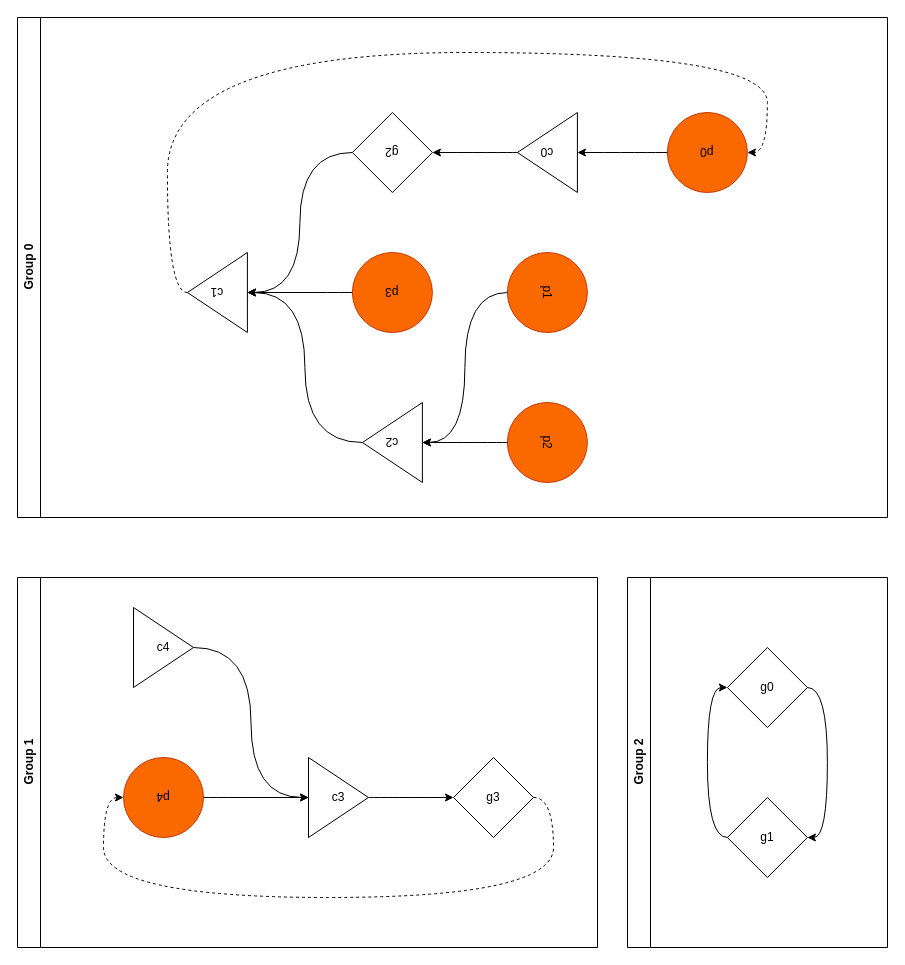
This is page "Step 2 (case 0)" (3 of 8) of plutus-test-graph.drawio.xml from Congyuwang/plutus-core, a draw.io file, before an edit. Source tidied: cells renumbered, new cells numbered last; positions are measured from the earlier drawing's top-left corner, leaving out a move shared by most shapes. Both pictures are drawn from the tidied source at 100%, with x=0, y=0 at pixel (17, 17).
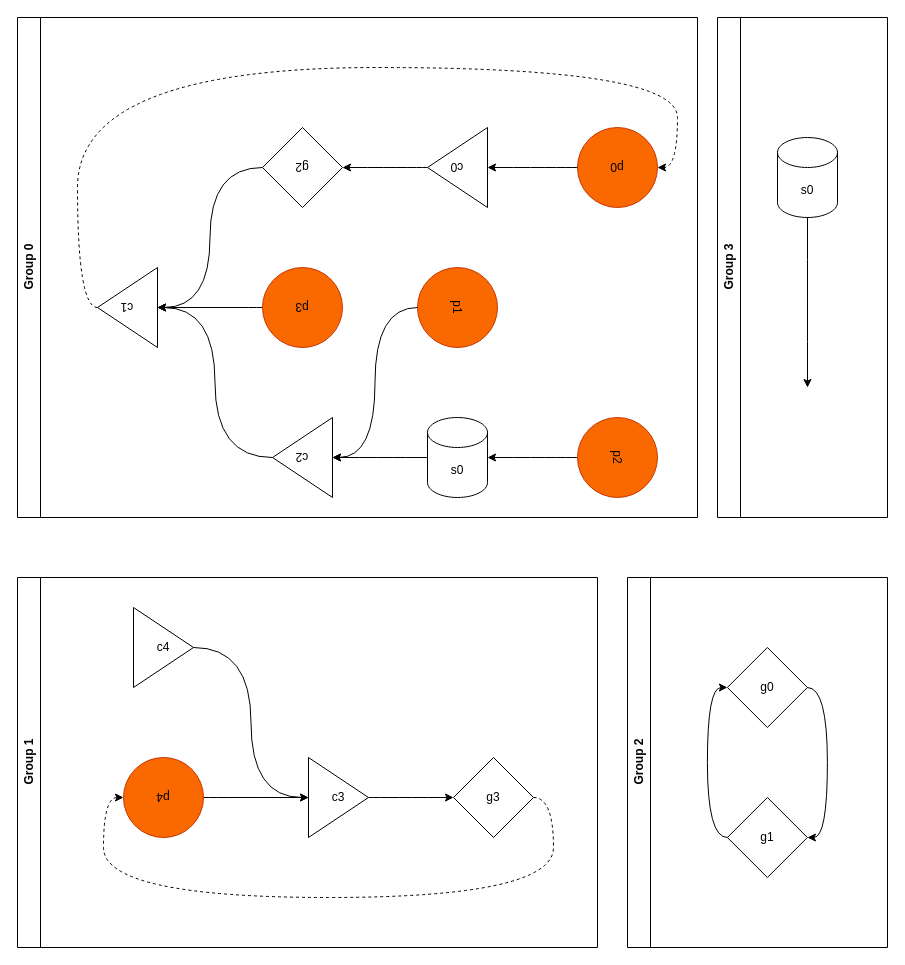
After the change.

The edit, as a diff of the source:
```diff
@@
     <mxCell id="10" value="Group 0" style="swimlane;horizontal=0;whiteSpace=wrap;html=1;" parent="1" vertex="1">
-      <mxGeometry width="870" height="500" as="geometry" />
+      <mxGeometry width="680" height="500" as="geometry" />
     </mxCell>
     <mxCell id="11" value="p0" style="ellipse;whiteSpace=wrap;html=1;rotation=-180;fillColor=#fa6800;fontColor=#000000;strokeColor=#C73500;" parent="10" vertex="1">
-      <mxGeometry x="649.9" y="95" width="80" height="80" as="geometry" />
+      <mxGeometry x="560" y="110" width="80" height="80" as="geometry" />
     </mxCell>
     <mxCell id="12" value="c0" style="triangle;whiteSpace=wrap;html=1;rotation=-180;" parent="10" vertex="1">
-      <mxGeometry x="499.9" y="95" width="60" height="80" as="geometry" />
+      <mxGeometry x="410" y="110" width="60" height="80" as="geometry" />
     </mxCell>
@@
     <mxCell id="14" style="edgeStyle=orthogonalEdgeStyle;curved=1;rounded=0;jettySize=auto;html=1;exitX=1;exitY=0.5;exitDx=0;exitDy=0;entryX=0;entryY=0.5;entryDx=0;entryDy=0;dashed=1;" parent="10" edge="1" source="15" target="11">
       <mxGeometry relative="1" as="geometry">
         <Array as="points">
-          <mxPoint x="149.9" y="275" />
-          <mxPoint x="149.9" y="35" />
-          <mxPoint x="749.9" y="35" />
-          <mxPoint x="749.9" y="135" />
+          <mxPoint x="60" y="290" />
+          <mxPoint x="60" y="50" />
+          <mxPoint x="660" y="50" />
+          <mxPoint x="660" y="150" />
         </Array>
       </mxGeometry>
     </mxCell>
     <mxCell id="15" value="c1" style="triangle;whiteSpace=wrap;html=1;rotation=-180;" parent="10" vertex="1">
-      <mxGeometry x="169.9" y="235" width="60" height="80" as="geometry" />
+      <mxGeometry x="80" y="250" width="60" height="80" as="geometry" />
     </mxCell>
@@
     <mxCell id="17" value="g2" style="rhombus;whiteSpace=wrap;html=1;rotation=-180;" parent="10" vertex="1">
-      <mxGeometry x="334.9" y="95" width="80" height="80" as="geometry" />
+      <mxGeometry x="245" y="110" width="80" height="80" as="geometry" />
     </mxCell>
@@
     <mxCell id="19" value="p1" style="ellipse;whiteSpace=wrap;html=1;rotation=90;fillColor=#fa6800;fontColor=#000000;strokeColor=#C73500;" parent="10" vertex="1">
-      <mxGeometry x="489.9" y="235" width="80" height="80" as="geometry" />
+      <mxGeometry x="400" y="250" width="80" height="80" as="geometry" />
     </mxCell>
@@
     <mxCell id="22" value="p3" style="ellipse;whiteSpace=wrap;html=1;rotation=-180;fillColor=#fa6800;fontColor=#000000;strokeColor=#C73500;" parent="10" vertex="1">
-      <mxGeometry x="334.9" y="235" width="80" height="80" as="geometry" />
+      <mxGeometry x="245" y="250" width="80" height="80" as="geometry" />
     </mxCell>
     <mxCell id="23" value="c2" style="triangle;whiteSpace=wrap;html=1;rotation=-180;" parent="10" vertex="1">
-      <mxGeometry x="344.9" y="385" width="60" height="80" as="geometry" />
+      <mxGeometry x="255" y="400" width="60" height="80" as="geometry" />
     </mxCell>
@@
+    <mxCell id="33" style="edgeStyle=orthogonalEdgeStyle;curved=1;rounded=0;jettySize=auto;html=1;exitX=0.5;exitY=1;exitDx=0;exitDy=0;entryX=1;entryY=0.5;entryDx=0;entryDy=0;entryPerimeter=0;" parent="10" edge="1" source="25" target="35">
+      <mxGeometry relative="1" as="geometry" />
+    </mxCell>
     <mxCell id="25" value="p2" style="ellipse;whiteSpace=wrap;html=1;rotation=90;fillColor=#fa6800;fontColor=#000000;strokeColor=#C73500;" parent="10" vertex="1">
-      <mxGeometry x="489.9" y="385" width="80" height="80" as="geometry" />
+      <mxGeometry x="560" y="400" width="80" height="80" as="geometry" />
     </mxCell>
-    <mxCell id="26" style="edgeStyle=orthogonalEdgeStyle;curved=1;rounded=0;jettySize=auto;html=1;exitX=0.5;exitY=1;exitDx=0;exitDy=0;entryX=0;entryY=0.5;entryDx=0;entryDy=0;" parent="10" edge="1" source="25" target="23">
-      <mxGeometry relative="1" as="geometry" />
-    </mxCell>
+    <mxCell id="34" style="edgeStyle=orthogonalEdgeStyle;curved=1;rounded=0;jettySize=auto;html=1;exitX=0;exitY=0.5;exitDx=0;exitDy=0;exitPerimeter=0;entryX=0;entryY=0.5;entryDx=0;entryDy=0;" parent="10" edge="1" source="35" target="23">
+      <mxGeometry relative="1" as="geometry" />
+    </mxCell>
+    <mxCell id="35" value="s0" style="shape=cylinder3;whiteSpace=wrap;html=1;boundedLbl=1;backgroundOutline=1;size=15;" parent="10" vertex="1">
+      <mxGeometry x="410" y="400" width="60" height="80" as="geometry" />
+    </mxCell>
@@
+    <mxCell id="36" value="Group 3" style="swimlane;horizontal=0;whiteSpace=wrap;html=1;" parent="1" vertex="1">
+      <mxGeometry x="700" width="170" height="500" as="geometry" />
+    </mxCell>
+    <mxCell id="37" value="s0" style="shape=cylinder3;whiteSpace=wrap;html=1;boundedLbl=1;backgroundOutline=1;size=15;" parent="36" vertex="1">
+      <mxGeometry x="60" y="120" width="60" height="80" as="geometry" />
+    </mxCell>
+    <mxCell id="38" style="edgeStyle=orthogonalEdgeStyle;curved=1;rounded=0;jettySize=auto;html=1;" parent="1" edge="1" source="37">
+      <mxGeometry relative="1" as="geometry">
+        <mxPoint x="790" y="370" as="targetPoint" />
+      </mxGeometry>
+    </mxCell>
```
